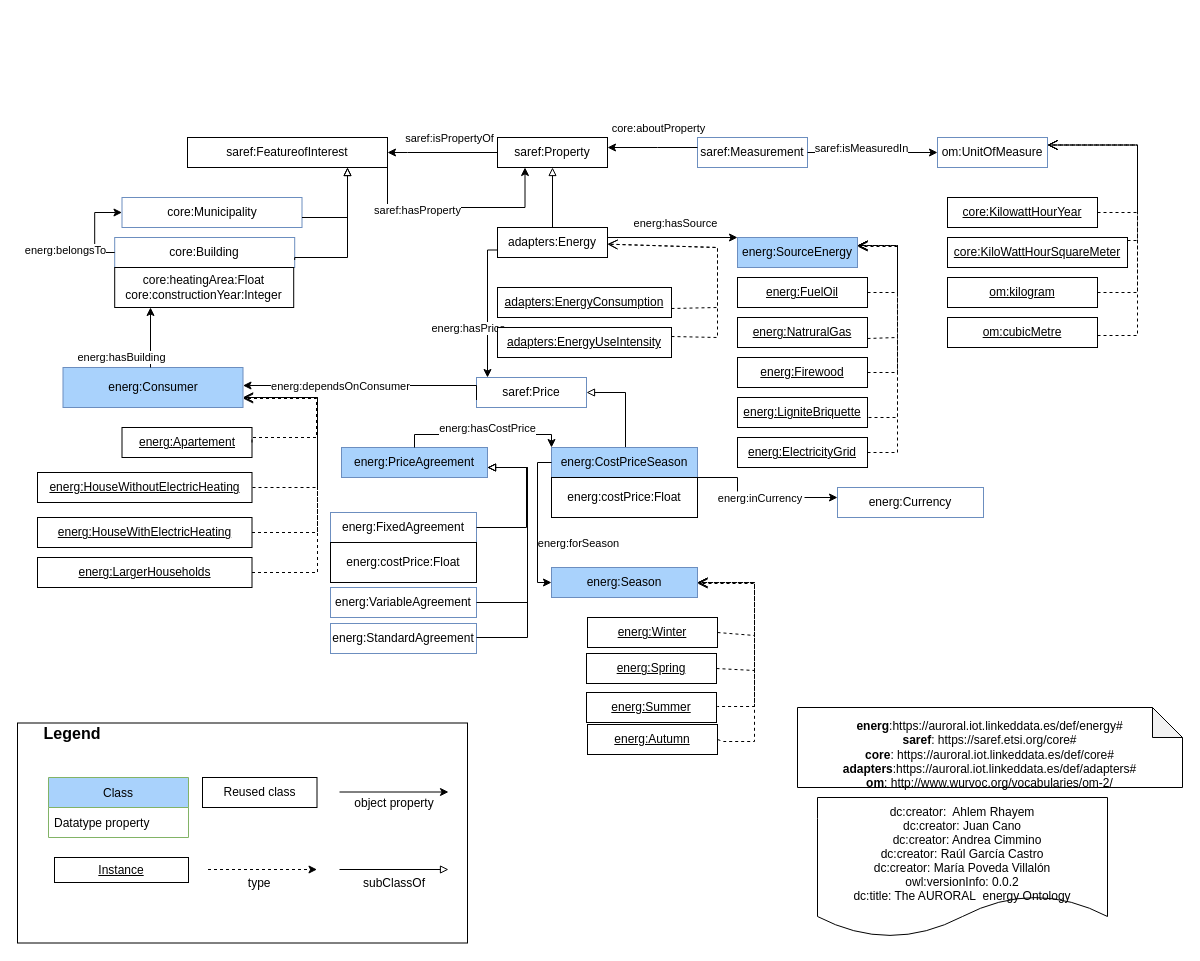
This is diagram/energy.drawio from oeg-upm/auroral-energy-ontology, a draw.io file, before an edit. Source tidied: cells renumbered, new cells numbered last; positions are measured from the earlier drawing's top-left corner, leaving out a move shared by most shapes. Both pictures are drawn from the tidied source at 100%, with x=0, y=0 at pixel (17, 137).
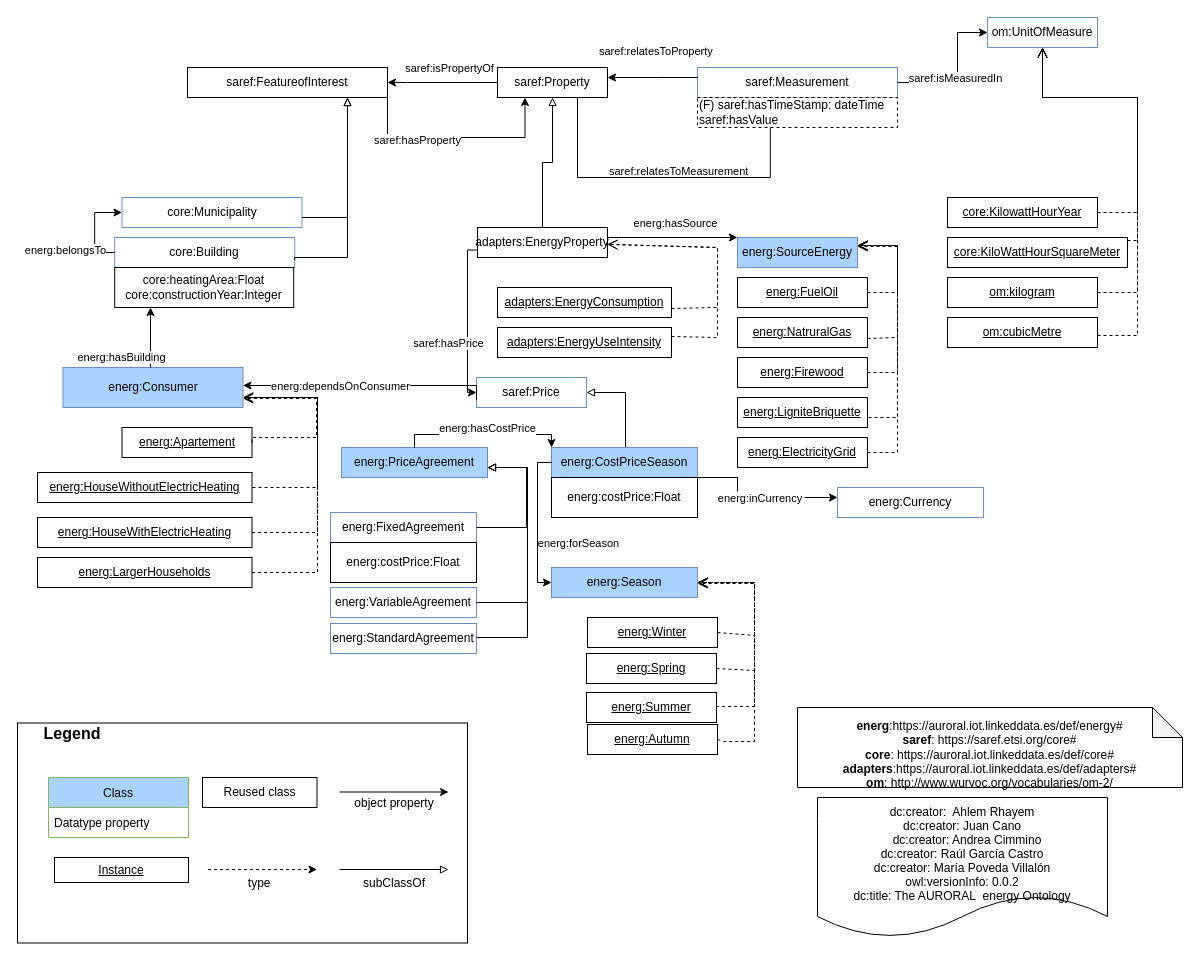
After the change.

Unchanged cells that the change refers to:
```xml
<mxCell id="14" value="saref:Price" style="rounded=0;whiteSpace=wrap;html=1;fillColor=#FFFFFF;strokeColor=#6c8ebf;" parent="1" vertex="1">
  <mxGeometry x="459" y="240" width="110" height="30" as="geometry" />
</mxCell>
<mxCell id="42" value="&lt;u&gt;core:KilowattHourYear&lt;/u&gt;" style="rounded=0;whiteSpace=wrap;html=1;snapToPoint=1;points=[[0.1,0],[0.2,0],[0.3,0],[0.4,0],[0.5,0],[0.6,0],[0.7,0],[0.8,0],[0.9,0],[0,0.1],[0,0.3],[0,0.5],[0,0.7],[0,0.9],[0.1,1],[0.2,1],[0.3,1],[0.4,1],[0.5,1],[0.6,1],[0.7,1],[0.8,1],[0.9,1],[1,0.1],[1,0.3],[1,0.5],[1,0.7],[1,0.9]];" parent="1" vertex="1">
  <mxGeometry x="930" y="60" width="150" height="30" as="geometry" />
</mxCell>
<mxCell id="43" value="&lt;u&gt;core:KiloWattHourSquareMeter&lt;/u&gt;" style="rounded=0;whiteSpace=wrap;html=1;snapToPoint=1;points=[[0.1,0],[0.2,0],[0.3,0],[0.4,0],[0.5,0],[0.6,0],[0.7,0],[0.8,0],[0.9,0],[0,0.1],[0,0.3],[0,0.5],[0,0.7],[0,0.9],[0.1,1],[0.2,1],[0.3,1],[0.4,1],[0.5,1],[0.6,1],[0.7,1],[0.8,1],[0.9,1],[1,0.1],[1,0.3],[1,0.5],[1,0.7],[1,0.9]];" parent="1" vertex="1">
  <mxGeometry x="930" y="100" width="180" height="30" as="geometry" />
</mxCell>
<mxCell id="44" value="&lt;u&gt;om:kilogram&lt;/u&gt;" style="rounded=0;whiteSpace=wrap;html=1;snapToPoint=1;points=[[0.1,0],[0.2,0],[0.3,0],[0.4,0],[0.5,0],[0.6,0],[0.7,0],[0.8,0],[0.9,0],[0,0.1],[0,0.3],[0,0.5],[0,0.7],[0,0.9],[0.1,1],[0.2,1],[0.3,1],[0.4,1],[0.5,1],[0.6,1],[0.7,1],[0.8,1],[0.9,1],[1,0.1],[1,0.3],[1,0.5],[1,0.7],[1,0.9]];" parent="1" vertex="1">
  <mxGeometry x="930" y="140" width="150" height="30" as="geometry" />
</mxCell>
```

Change to the diagram source:
```diff
@@
     <mxCell id="2" value="saref:FeatureofInterest" style="rounded=0;whiteSpace=wrap;html=1;fillColor=#FFFFFF;strokeColor=#000000;" parent="1" vertex="1">
-      <mxGeometry x="170" width="200" height="30" as="geometry" />
+      <mxGeometry x="170" y="-70" width="200" height="30" as="geometry" />
     </mxCell>
     <mxCell id="3" style="edgeStyle=orthogonalEdgeStyle;rounded=0;jettySize=auto;html=1;endArrow=classic;endFill=1;entryX=0.25;entryY=1;entryDx=0;entryDy=0;" parent="1" edge="1" source="2" target="22">
       <mxGeometry relative="1" as="geometry">
         <Array as="points">
-          <mxPoint x="370" y="70" />
-          <mxPoint x="508" y="70" />
+          <mxPoint x="370" />
+          <mxPoint x="508" />
         </Array>
       </mxGeometry>
     </mxCell>
@@
-    <mxCell id="5" value="adapters:Energy" style="rounded=0;whiteSpace=wrap;html=1;fillColor=#FFFFFF;strokeColor=#000000;" parent="1" vertex="1">
-      <mxGeometry x="480" y="90" width="110" height="30" as="geometry" />
+    <mxCell id="5" value="adapters:EnergyProperty" style="rounded=0;whiteSpace=wrap;html=1;fillColor=#FFFFFF;strokeColor=#000000;" parent="1" vertex="1">
+      <mxGeometry x="460" y="90" width="130" height="30" as="geometry" />
     </mxCell>
@@
     <mxCell id="15" style="edgeStyle=orthogonalEdgeStyle;rounded=0;jettySize=auto;html=1;exitX=0;exitY=0.75;exitDx=0;exitDy=0;endArrow=classic;endFill=1;" parent="1" edge="1" source="5" target="14">
       <mxGeometry relative="1" as="geometry">
         <Array as="points">
-          <mxPoint x="470" y="113" />
+          <mxPoint x="450" y="113" />
+          <mxPoint x="450" y="255" />
         </Array>
       </mxGeometry>
     </mxCell>
-    <mxCell id="16" value="energ:hasPrice" style="edgeLabel;html=1;align=center;verticalAlign=middle;" parent="15" vertex="1">
+    <mxCell id="16" value="saref:hasPrice" style="edgeLabel;html=1;align=center;verticalAlign=middle;" parent="15" vertex="1">
       <mxGeometry x="0.22" y="-1" relative="1" as="geometry">
         <mxPoint x="-19" y="4" as="offset" />
       </mxGeometry>
     </mxCell>
@@
+    <mxCell id="104" style="edgeStyle=orthogonalEdgeStyle;rounded=0;jettySize=auto;html=1;entryX=0.364;entryY=0.967;entryDx=0;entryDy=0;entryPerimeter=0;startArrow=none;" parent="1" edge="1" source="22" target="32">
+      <mxGeometry relative="1" as="geometry">
+        <Array as="points">
+          <mxPoint x="560" y="40" />
+          <mxPoint x="753" y="40" />
+        </Array>
+      </mxGeometry>
+    </mxCell>
     <mxCell id="22" value="saref:Property" style="rounded=0;whiteSpace=wrap;html=1;fillColor=#FFFFFF;strokeColor=#000000;" parent="1" vertex="1">
-      <mxGeometry x="480" width="110" height="30" as="geometry" />
+      <mxGeometry x="480" y="-70" width="110" height="30" as="geometry" />
     </mxCell>
@@
     <mxCell id="32" value="saref:Measurement" style="rounded=0;whiteSpace=wrap;html=1;fillColor=#FFFFFF;strokeColor=#6c8ebf;" parent="1" vertex="1">
-      <mxGeometry x="680" width="110" height="30" as="geometry" />
+      <mxGeometry x="680" y="-70" width="200" height="30" as="geometry" />
     </mxCell>
     <mxCell id="33" style="edgeStyle=orthogonalEdgeStyle;rounded=0;jettySize=auto;html=1;endArrow=classic;endFill=1;" parent="1" edge="1" source="32" target="22">
       <mxGeometry relative="1" as="geometry">
         <Array as="points">
-          <mxPoint x="640" y="10" />
-          <mxPoint x="640" y="10" />
+          <mxPoint x="640" y="-60" />
+          <mxPoint x="640" y="-60" />
         </Array>
       </mxGeometry>
     </mxCell>
-    <mxCell id="34" value="core:aboutProperty" style="edgeLabel;html=1;align=center;verticalAlign=middle;" parent="33" vertex="1">
-      <mxGeometry x="0.38" y="-1" relative="1" as="geometry">
-        <mxPoint x="22" y="-19" as="offset" />
-      </mxGeometry>
-    </mxCell>
     <mxCell id="35" value="om:UnitOfMeasure" style="rounded=0;whiteSpace=wrap;html=1;fillColor=#FFFFFF;strokeColor=#6c8ebf;" parent="1" vertex="1">
-      <mxGeometry x="920" width="110" height="30" as="geometry" />
+      <mxGeometry x="970" y="-120" width="110" height="30" as="geometry" />
     </mxCell>
     <mxCell id="36" style="edgeStyle=orthogonalEdgeStyle;rounded=0;jettySize=auto;html=1;endArrow=classic;endFill=1;exitX=1;exitY=0.5;exitDx=0;exitDy=0;" parent="1" edge="1" source="32" target="35">
       <mxGeometry relative="1" as="geometry">
         <Array as="points">
-          <mxPoint x="861" y="15" />
+          <mxPoint x="940" y="-55" />
+          <mxPoint x="940" y="-105" />
         </Array>
       </mxGeometry>
     </mxCell>
@@
     <mxCell id="48" style="edgeStyle=orthogonalEdgeStyle;rounded=0;jettySize=auto;html=1;endArrow=classic;endFill=1;exitX=0;exitY=0.5;exitDx=0;exitDy=0;" parent="1" edge="1" source="22" target="2">
       <mxGeometry relative="1" as="geometry">
         <Array as="points">
-          <mxPoint x="390" y="15" />
-          <mxPoint x="390" y="15" />
+          <mxPoint x="390" y="-55" />
+          <mxPoint x="390" y="-55" />
         </Array>
       </mxGeometry>
     </mxCell>
@@
-    <mxCell id="59" style="endArrow=open;html=1;fontColor=#000099;endFill=0;dashed=1;endSize=8;exitX=1;exitY=0.5;exitDx=0;exitDy=0;edgeStyle=orthogonalEdgeStyle;arcSize=0;entryX=1;entryY=0.25;entryDx=0;entryDy=0;" parent="1" edge="1" source="42" target="35">
+    <mxCell id="59" style="endArrow=open;html=1;fontColor=#000099;endFill=0;dashed=1;endSize=8;exitX=1;exitY=0.5;exitDx=0;exitDy=0;edgeStyle=orthogonalEdgeStyle;arcSize=0;" parent="1" edge="1" source="42" target="35">
       <mxGeometry relative="1" as="geometry">
         <Array as="points">
           <mxPoint x="1120" y="75" />
-          <mxPoint x="1120" y="8" />
+          <mxPoint x="1120" y="-40" />
         </Array>
       </mxGeometry>
     </mxCell>
-    <mxCell id="60" style="endArrow=open;html=1;fontColor=#000099;endFill=0;dashed=1;endSize=8;edgeStyle=orthogonalEdgeStyle;arcSize=0;entryX=1;entryY=0.25;entryDx=0;entryDy=0;exitX=1;exitY=0.1;exitDx=0;exitDy=0;" parent="1" edge="1" source="43" target="35">
+    <mxCell id="60" style="endArrow=open;html=1;fontColor=#000099;endFill=0;dashed=1;endSize=8;edgeStyle=orthogonalEdgeStyle;arcSize=0;exitX=1;exitY=0.1;exitDx=0;exitDy=0;" parent="1" edge="1" source="43" target="35">
       <mxGeometry relative="1" as="geometry">
         <Array as="points">
           <mxPoint x="1120" y="103" />
-          <mxPoint x="1120" y="8" />
+          <mxPoint x="1120" y="-40" />
         </Array>
       </mxGeometry>
     </mxCell>
-    <mxCell id="61" style="endArrow=open;html=1;fontColor=#000099;endFill=0;dashed=1;endSize=8;exitX=1;exitY=0.5;exitDx=0;exitDy=0;edgeStyle=orthogonalEdgeStyle;arcSize=0;entryX=1;entryY=0.25;entryDx=0;entryDy=0;" parent="1" edge="1" source="44" target="35">
+    <mxCell id="61" style="endArrow=open;html=1;fontColor=#000099;endFill=0;dashed=1;endSize=8;exitX=1;exitY=0.5;exitDx=0;exitDy=0;edgeStyle=orthogonalEdgeStyle;arcSize=0;" parent="1" edge="1" source="44" target="35">
       <mxGeometry relative="1" as="geometry">
         <Array as="points">
           <mxPoint x="1120" y="155" />
-          <mxPoint x="1120" y="8" />
+          <mxPoint x="1120" y="-40" />
         </Array>
       </mxGeometry>
     </mxCell>
-    <mxCell id="62" style="endArrow=open;html=1;fontColor=#000099;endFill=0;dashed=1;endSize=8;edgeStyle=orthogonalEdgeStyle;arcSize=0;entryX=1;entryY=0.25;entryDx=0;entryDy=0;" parent="1" edge="1" target="35">
+    <mxCell id="62" style="endArrow=open;html=1;fontColor=#000099;endFill=0;dashed=1;endSize=8;edgeStyle=orthogonalEdgeStyle;arcSize=0;" parent="1" edge="1" target="35">
       <mxGeometry relative="1" as="geometry">
         <mxPoint x="1080" y="198" as="sourcePoint" />
         <Array as="points">
           <mxPoint x="1120" y="198" />
-          <mxPoint x="1120" y="8" />
+          <mxPoint x="1120" y="-40" />
         </Array>
       </mxGeometry>
     </mxCell>
@@
+    <mxCell id="105" value="&lt;span style=&quot;color: rgb(0, 0, 0); font-family: helvetica; font-size: 11px; font-style: normal; font-weight: 400; letter-spacing: normal; text-align: center; text-indent: 0px; text-transform: none; word-spacing: 0px; background-color: rgb(255, 255, 255); display: inline; float: none;&quot;&gt;saref:relatesToProperty&lt;/span&gt;" style="text;whiteSpace=wrap;html=1;" parent="1" vertex="1">
+      <mxGeometry x="580" y="-100" width="140" height="30" as="geometry" />
+    </mxCell>
+    <mxCell id="106" value="&lt;span style=&quot;color: rgb(0 , 0 , 0) ; font-family: &amp;#34;helvetica&amp;#34; ; font-size: 11px ; font-style: normal ; font-weight: 400 ; letter-spacing: normal ; text-align: center ; text-indent: 0px ; text-transform: none ; word-spacing: 0px ; background-color: rgb(255 , 255 , 255) ; display: inline ; float: none&quot;&gt;saref:relatesToMeasurement&lt;/span&gt;" style="text;whiteSpace=wrap;html=1;" parent="1" vertex="1">
+      <mxGeometry x="590" y="20" width="140" height="30" as="geometry" />
+    </mxCell>
+    <mxCell id="107" value="(F) saref:hasTimeStamp: dateTime&lt;br&gt;saref:hasValue" style="rounded=0;whiteSpace=wrap;html=1;dashed=1;align=left;" parent="1" vertex="1">
+      <mxGeometry x="680" y="-40" width="200" height="30" as="geometry" />
+    </mxCell>
```
